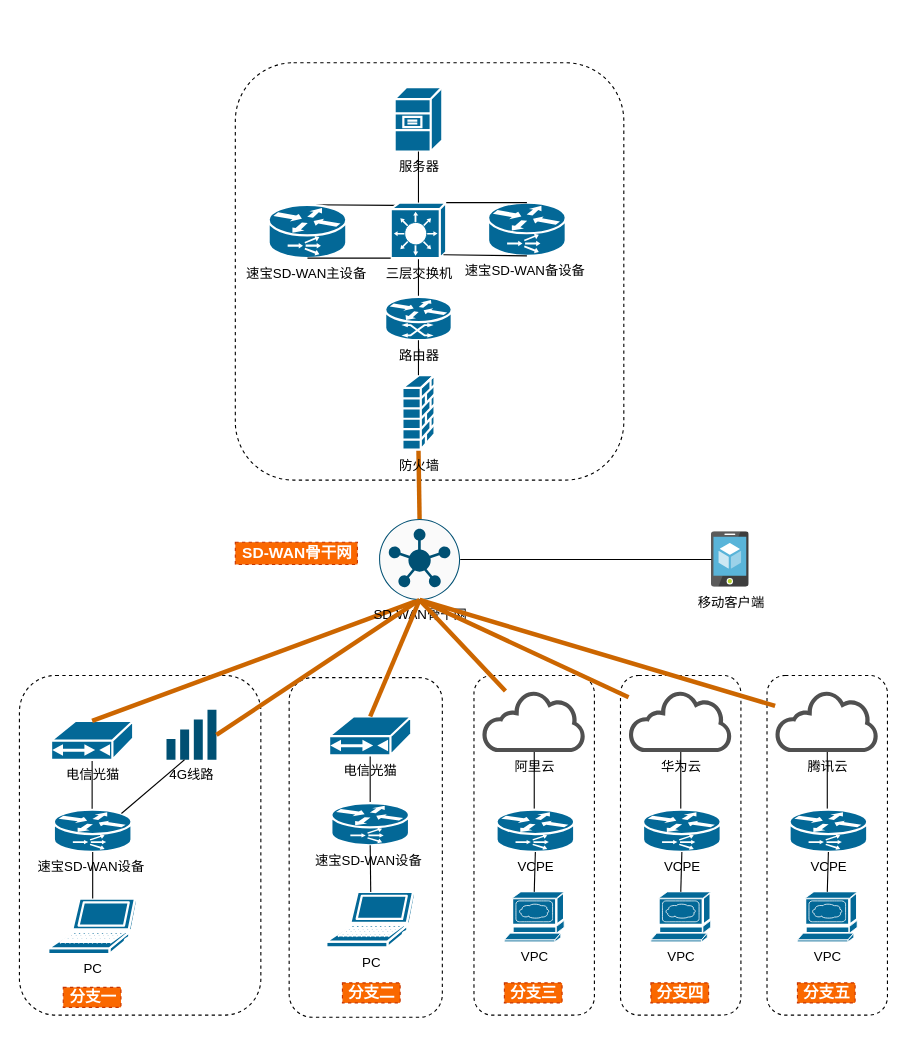
Before: wukuang-ip.drawio in sinoco101/2020-cat, a draw.io diagram. Source tidied: cells renumbered, new cells numbered last; positions are measured from the earlier drawing's top-left corner, leaving out a move shared by most shapes. Both pictures are drawn from the tidied source at 111%, with x=0, y=0 at pixel (19, 62).
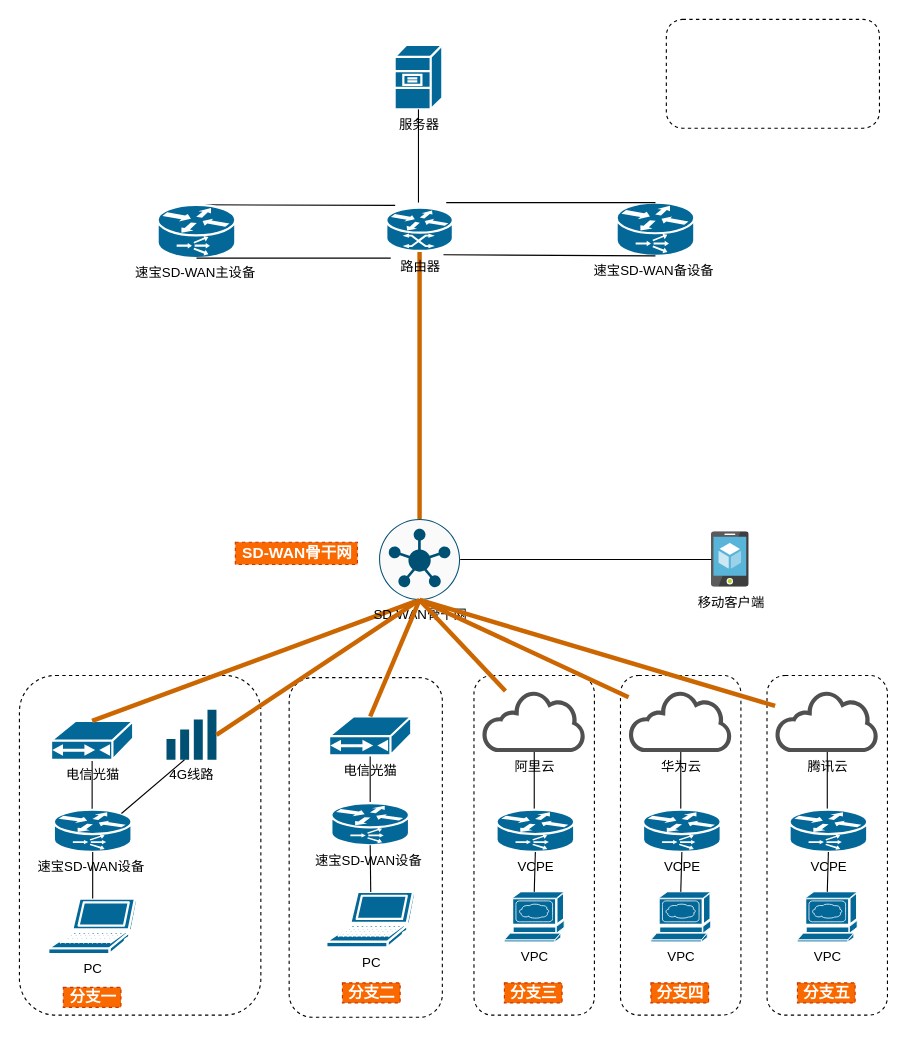
Above is the later version.

The change refers to these unchanged cells:
```xml
<mxCell id="33" value="SD-WAN骨干网" style="sketch=0;points=[[0.5,0,0],[1,0.5,0],[0.5,1,0],[0,0.5,0],[0.145,0.145,0],[0.8555,0.145,0],[0.855,0.8555,0],[0.145,0.855,0]];verticalLabelPosition=bottom;html=1;verticalAlign=top;align=center;shape=mxgraph.cisco19.rect;prIcon=vsmart;fillColor=#FAFAFA;strokeColor=#005073;" parent="1" vertex="1">
  <mxGeometry x="324" y="411" width="73" height="73" as="geometry" />
</mxCell>
```

What changed in the source:
```diff
@@
     <mxCell id="3" style="rounded=1;whiteSpace=wrap;html=1;dashed=1;" parent="1" vertex="1">
-      <mxGeometry x="194.5" width="350" height="376" as="geometry" />
+      <mxGeometry x="582.8" y="-39" width="192" height="98" as="geometry" />
     </mxCell>
@@
-    <mxCell id="12" style="rounded=1;jettySize=auto;html=1;exitX=0.5;exitY=0;exitDx=0;exitDy=0;exitPerimeter=0;endArrow=none;endFill=0;startArrow=none;startFill=0;entryX=0.5;entryY=1;entryDx=0;entryDy=0;entryPerimeter=0;" parent="1" edge="1" source="29" target="22">
-      <mxGeometry relative="1" as="geometry" />
-    </mxCell>
-    <mxCell id="13" style="rounded=1;jettySize=auto;html=1;exitX=0.5;exitY=0;exitDx=0;exitDy=0;exitPerimeter=0;endArrow=none;endFill=0;startArrow=none;startFill=0;entryX=0.08;entryY=0.05;entryDx=0;entryDy=0;entryPerimeter=0;" parent="1" edge="1" source="23" target="22">
-      <mxGeometry relative="1" as="geometry" />
+    <mxCell id="13" style="rounded=1;jettySize=auto;html=1;exitX=0.5;exitY=0;exitDx=0;exitDy=0;exitPerimeter=0;endArrow=none;endFill=0;startArrow=none;startFill=0;entryX=0.08;entryY=0.05;entryDx=0;entryDy=0;entryPerimeter=0;" parent="1" edge="1" source="23">
+      <mxGeometry relative="1" as="geometry">
+        <mxPoint x="338.5" y="128.5" as="targetPoint" />
+      </mxGeometry>
     </mxCell>
@@
-    <mxCell id="15" style="edgeStyle=none;jettySize=auto;html=1;startArrow=none;startFill=0;endArrow=none;endFill=0;rounded=1;strokeColor=#CC6600;strokeWidth=4;exitX=0.5;exitY=0;exitDx=0;exitDy=0;exitPerimeter=0;entryX=0.5;entryY=1;entryDx=0;entryDy=0;entryPerimeter=0;" parent="1" edge="1" source="33" target="25">
+    <mxCell id="15" style="edgeStyle=none;jettySize=auto;html=1;startArrow=none;startFill=0;endArrow=none;endFill=0;rounded=1;strokeColor=#CC6600;strokeWidth=4;exitX=0.5;exitY=0;exitDx=0;exitDy=0;exitPerimeter=0;entryX=0.5;entryY=1;entryDx=0;entryDy=0;entryPerimeter=0;" parent="1" edge="1" source="33" target="29">
       <mxGeometry relative="1" as="geometry" />
     </mxCell>
@@
-    <mxCell id="22" value="三层交换机" style="shape=mxgraph.cisco.switches.layer_3_switch;html=1;dashed=0;fillColor=#036897;strokeColor=#ffffff;strokeWidth=2;verticalLabelPosition=bottom;verticalAlign=top;align=center;outlineConnect=0;" parent="1" vertex="1">
-      <mxGeometry x="334.5" y="126" width="50" height="50" as="geometry" />
-    </mxCell>
     <mxCell id="23" value="速宝SD-WAN主设备&amp;nbsp;" style="shape=mxgraph.cisco.routers.content_service_router;html=1;dashed=0;fillColor=#036897;strokeColor=#ffffff;strokeWidth=2;verticalLabelPosition=bottom;verticalAlign=top;align=center;outlineConnect=0;" parent="1" vertex="1">
-      <mxGeometry x="224.5" y="128" width="70" height="48" as="geometry" />
+      <mxGeometry x="124.5" y="128" width="70" height="48" as="geometry" />
     </mxCell>
     <mxCell id="24" value="速宝SD-WAN备设备&amp;nbsp;" style="shape=mxgraph.cisco.routers.content_service_router;html=1;dashed=0;fillColor=#036897;strokeColor=#ffffff;strokeWidth=2;verticalLabelPosition=bottom;verticalAlign=top;align=center;outlineConnect=0;" parent="1" vertex="1">
-      <mxGeometry x="422.2" y="126" width="70" height="48" as="geometry" />
+      <mxGeometry x="538" y="126" width="70" height="48" as="geometry" />
     </mxCell>
-    <mxCell id="25" value="防火墙" style="shape=mxgraph.cisco.security.firewall;html=1;dashed=0;fillColor=#036897;strokeColor=#ffffff;strokeWidth=2;verticalLabelPosition=bottom;verticalAlign=top;align=center;outlineConnect=0;" parent="1" vertex="1">
-      <mxGeometry x="345" y="281.5" width="29" height="67" as="geometry" />
-    </mxCell>
-    <mxCell id="26" style="rounded=1;jettySize=auto;html=1;exitX=0.5;exitY=1;exitDx=0;exitDy=0;exitPerimeter=0;endArrow=none;endFill=0;startArrow=none;startFill=0;entryX=0;entryY=1;entryDx=0;entryDy=0;entryPerimeter=0;" parent="1" edge="1" source="23" target="22">
-      <mxGeometry relative="1" as="geometry" />
+    <mxCell id="26" style="rounded=1;jettySize=auto;html=1;exitX=0.5;exitY=1;exitDx=0;exitDy=0;exitPerimeter=0;endArrow=none;endFill=0;startArrow=none;startFill=0;entryX=0;entryY=1;entryDx=0;entryDy=0;entryPerimeter=0;" parent="1" edge="1" source="23">
+      <mxGeometry relative="1" as="geometry">
+        <mxPoint x="334.5" y="176" as="targetPoint" />
+      </mxGeometry>
     </mxCell>
-    <mxCell id="27" style="rounded=1;jettySize=auto;html=1;exitX=0.5;exitY=0;exitDx=0;exitDy=0;exitPerimeter=0;endArrow=none;endFill=0;startArrow=none;startFill=0;entryX=1;entryY=0;entryDx=0;entryDy=0;entryPerimeter=0;" parent="1" edge="1" source="24" target="22">
-      <mxGeometry relative="1" as="geometry" />
+    <mxCell id="27" style="rounded=1;jettySize=auto;html=1;exitX=0.5;exitY=0;exitDx=0;exitDy=0;exitPerimeter=0;endArrow=none;endFill=0;startArrow=none;startFill=0;entryX=1;entryY=0;entryDx=0;entryDy=0;entryPerimeter=0;" parent="1" edge="1" source="24">
+      <mxGeometry relative="1" as="geometry">
+        <mxPoint x="384.5" y="126" as="targetPoint" />
+      </mxGeometry>
     </mxCell>
-    <mxCell id="28" style="rounded=1;jettySize=auto;html=1;exitX=0.5;exitY=1;exitDx=0;exitDy=0;exitPerimeter=0;endArrow=none;endFill=0;startArrow=none;startFill=0;entryX=0.95;entryY=0.94;entryDx=0;entryDy=0;entryPerimeter=0;" parent="1" edge="1" source="24" target="22">
-      <mxGeometry relative="1" as="geometry" />
+    <mxCell id="28" style="rounded=1;jettySize=auto;html=1;exitX=0.5;exitY=1;exitDx=0;exitDy=0;exitPerimeter=0;endArrow=none;endFill=0;startArrow=none;startFill=0;entryX=0.95;entryY=0.94;entryDx=0;entryDy=0;entryPerimeter=0;" parent="1" edge="1" source="24">
+      <mxGeometry relative="1" as="geometry">
+        <mxPoint x="382" y="173" as="targetPoint" />
+      </mxGeometry>
     </mxCell>
     <mxCell id="29" value="路由器" style="shape=mxgraph.cisco.routers.atm_router;sketch=0;html=1;dashed=0;fillColor=#036897;strokeColor=#ffffff;strokeWidth=2;verticalLabelPosition=bottom;verticalAlign=top;align=center;outlineConnect=0;" parent="1" vertex="1">
-      <mxGeometry x="329.5" y="211" width="60" height="39" as="geometry" />
+      <mxGeometry x="330.5" y="130.5" width="60" height="39" as="geometry" />
     </mxCell>
-    <mxCell id="30" style="rounded=1;jettySize=auto;html=1;exitX=0.5;exitY=0;exitDx=0;exitDy=0;exitPerimeter=0;endArrow=none;endFill=0;startArrow=none;startFill=0;entryX=0.5;entryY=1;entryDx=0;entryDy=0;entryPerimeter=0;" parent="1" edge="1" source="25" target="29">
-      <mxGeometry relative="1" as="geometry" />
-    </mxCell>
     <mxCell id="31" value="服务器" style="shape=mxgraph.cisco.servers.file_server;sketch=0;html=1;dashed=0;fillColor=#036897;strokeColor=#ffffff;strokeWidth=2;verticalLabelPosition=bottom;verticalAlign=top;align=center;outlineConnect=0;" parent="1" vertex="1">
-      <mxGeometry x="338" y="22" width="43" height="58" as="geometry" />
+      <mxGeometry x="338" y="-16" width="43" height="58" as="geometry" />
     </mxCell>
-    <mxCell id="32" style="rounded=1;jettySize=auto;html=1;exitX=0.5;exitY=1;exitDx=0;exitDy=0;exitPerimeter=0;endArrow=none;endFill=0;startArrow=none;startFill=0;entryX=0.5;entryY=0;entryDx=0;entryDy=0;entryPerimeter=0;" parent="1" edge="1" source="31" target="22">
-      <mxGeometry relative="1" as="geometry" />
+    <mxCell id="32" style="rounded=1;jettySize=auto;html=1;exitX=0.5;exitY=1;exitDx=0;exitDy=0;exitPerimeter=0;endArrow=none;endFill=0;startArrow=none;startFill=0;entryX=0.5;entryY=0;entryDx=0;entryDy=0;entryPerimeter=0;" parent="1" edge="1" source="31">
+      <mxGeometry relative="1" as="geometry">
+        <mxPoint x="359.5" y="126" as="targetPoint" />
+      </mxGeometry>
     </mxCell>
```
